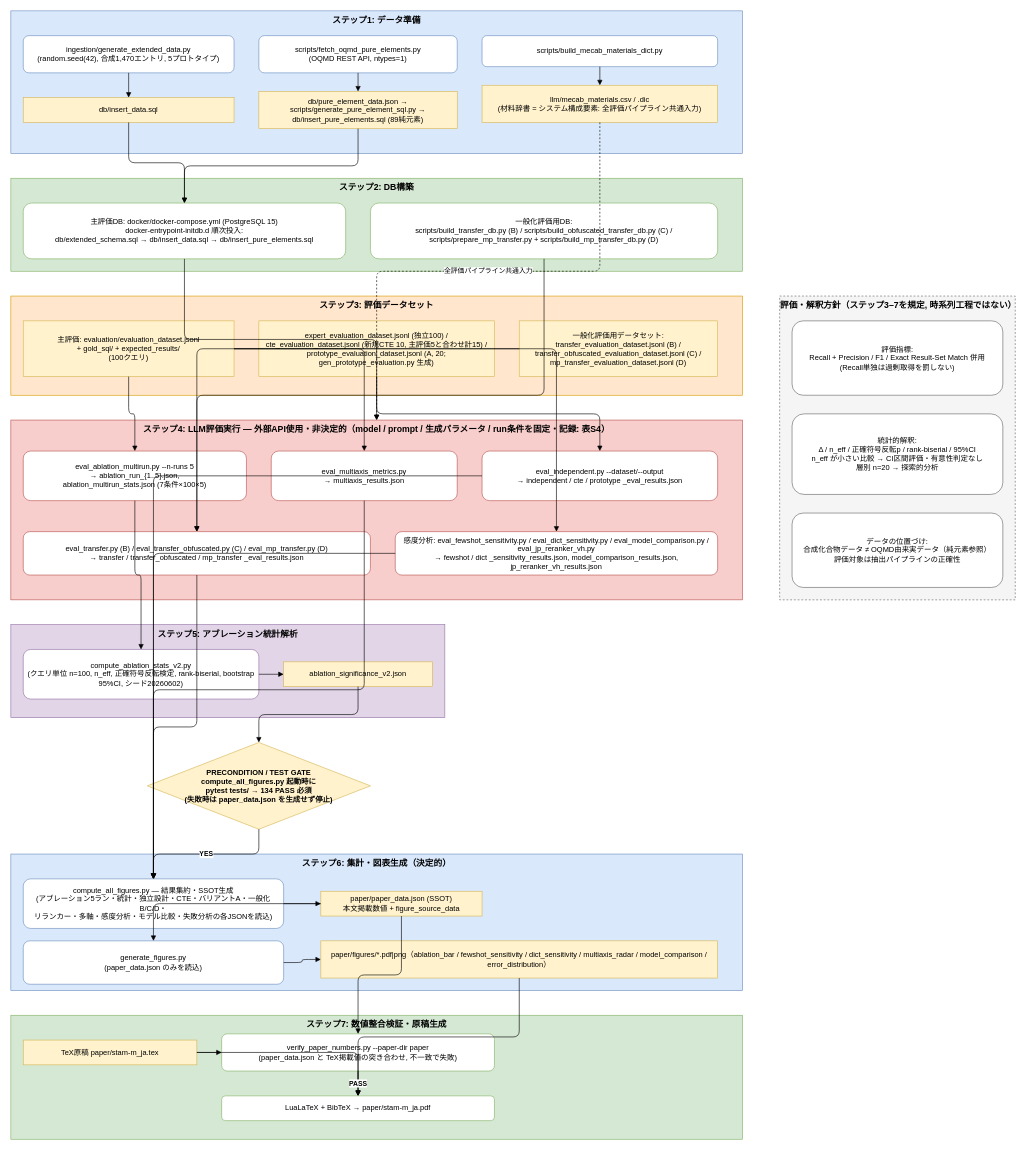
minimumtone/machine-learning keeps this draw.io diagram as l12-schema-graph-text2sql/paper/figures/workflow.drawio. Above is the earlier version. Source tidied: cells renumbered, new cells numbered last; positions are measured from the earlier drawing's top-left corner, leaving out a move shared by most shapes. Both pictures are drawn from the tidied source at 62%, with x=0, y=0 at pixel (11, 11).
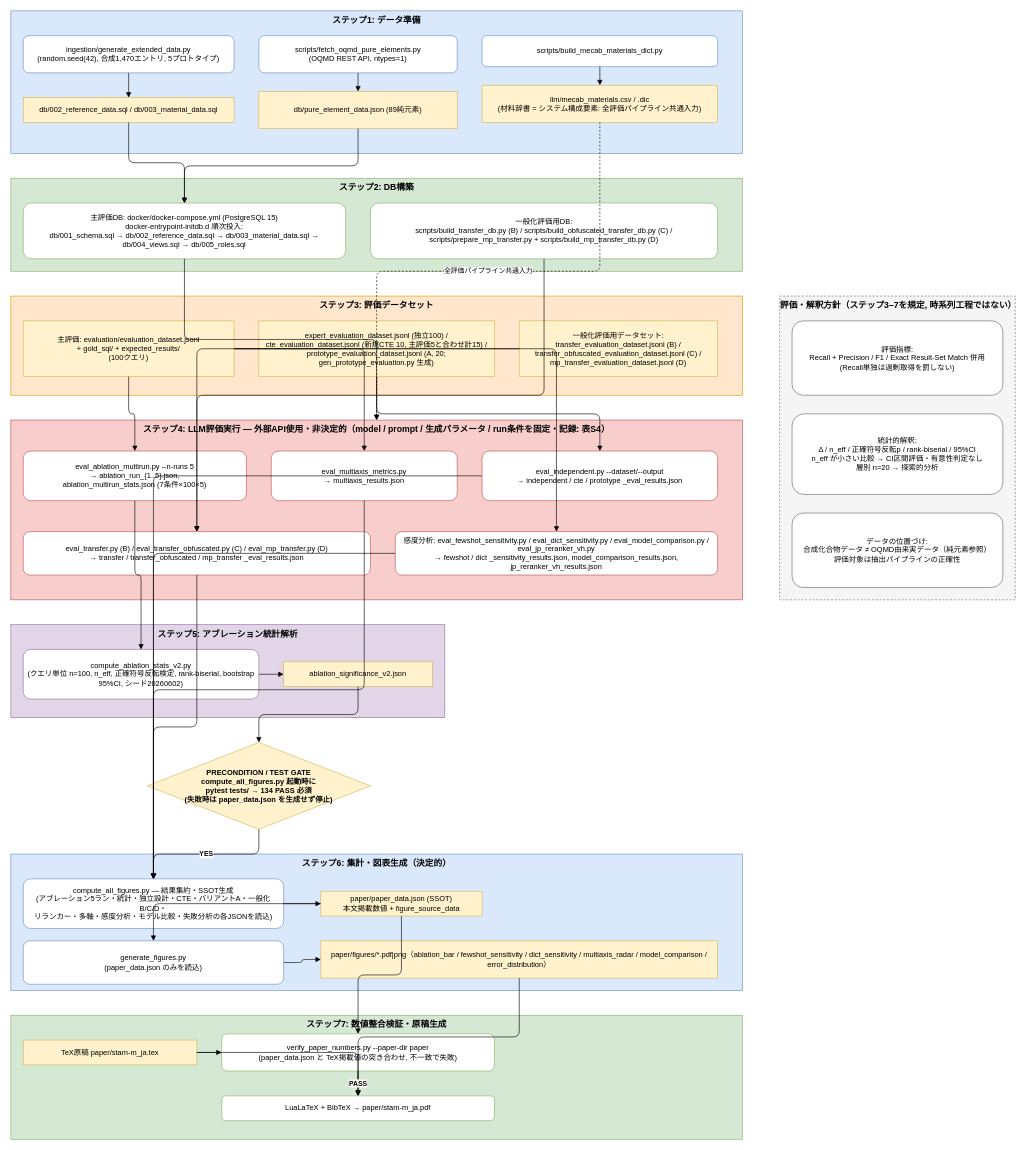
The same diagram, later.

What changed in the source:
```diff
@@
-    <mxCell id="4" value="db/insert_data.sql" style="rounded=0;whiteSpace=wrap;html=1;fillColor=#fff2cc;strokeColor=#d6b656;" parent="1" vertex="1">
+    <mxCell id="4" value="db/002_reference_data.sql / db/003_material_data.sql" style="rounded=0;whiteSpace=wrap;html=1;fillColor=#fff2cc;strokeColor=#d6b656;" parent="1" vertex="1">
       <mxGeometry x="20" y="140" width="340" height="40" as="geometry" />
     </mxCell>
@@
-    <mxCell id="6" value="db/pure_element_data.json → scripts/generate_pure_element_sql.py → db/insert_pure_elements.sql (89純元素)" style="rounded=0;whiteSpace=wrap;html=1;fillColor=#fff2cc;strokeColor=#d6b656;" parent="1" vertex="1">
+    <mxCell id="6" value="db/pure_element_data.json (89純元素)" style="rounded=0;whiteSpace=wrap;html=1;fillColor=#fff2cc;strokeColor=#d6b656;" parent="1" vertex="1">
       <mxGeometry x="400" y="130" width="320" height="60" as="geometry" />
     </mxCell>
@@
-    <mxCell id="13" value="主評価DB: docker/docker-compose.yml (PostgreSQL 15)&#10;docker-entrypoint-initdb.d 順次投入:&#10;db/extended_schema.sql → db/insert_data.sql → db/insert_pure_elements.sql" style="rounded=1;whiteSpace=wrap;html=1;fillColor=#ffffff;strokeColor=#82b366;" parent="1" vertex="1">
+    <mxCell id="13" value="主評価DB: docker/docker-compose.yml (PostgreSQL 15)&#10;docker-entrypoint-initdb.d 順次投入:&#10;db/001_schema.sql → db/002_reference_data.sql → db/003_material_data.sql → db/004_views.sql → db/005_roles.sql" style="rounded=1;whiteSpace=wrap;html=1;fillColor=#ffffff;strokeColor=#82b366;" parent="1" vertex="1">
       <mxGeometry x="20" y="310" width="520" height="90" as="geometry" />
     </mxCell>
```
